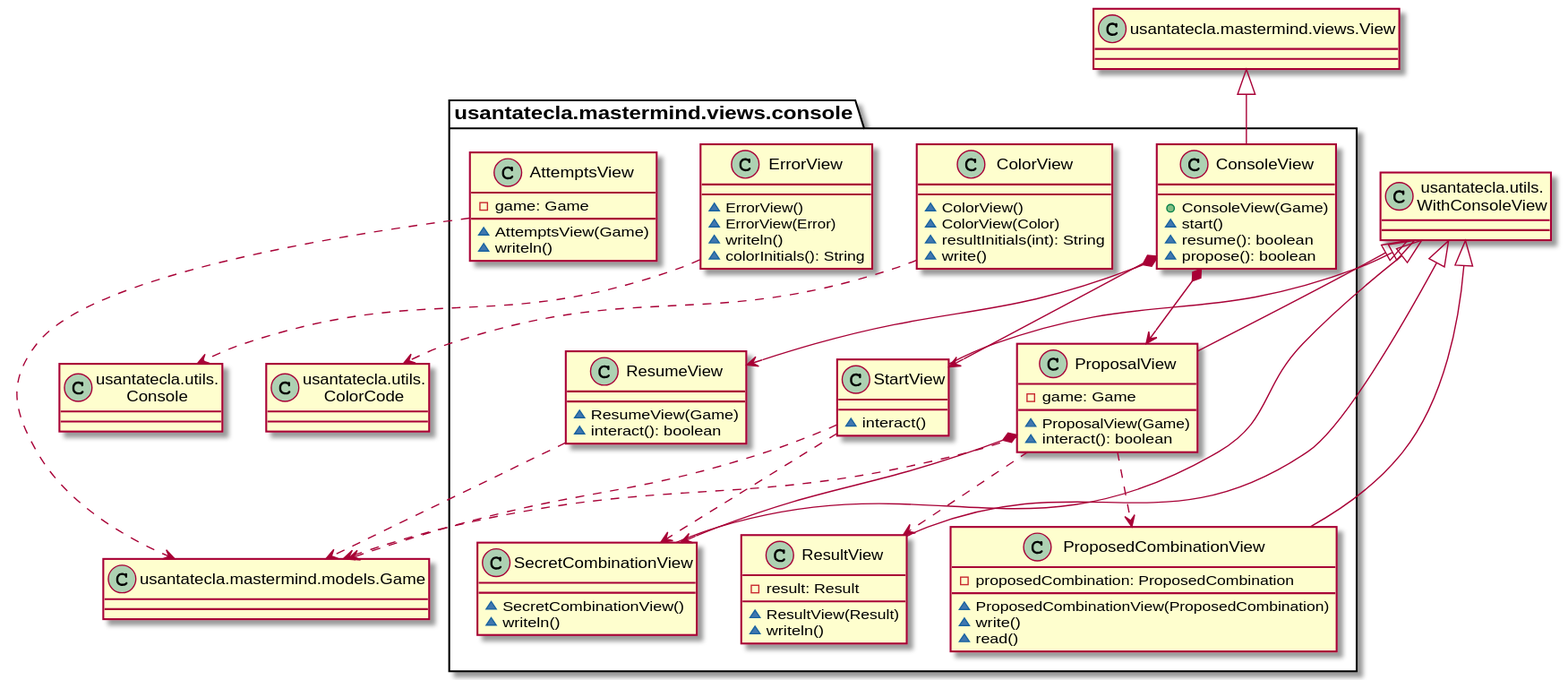
Earlier version of the PlantUML export documentView/withFactoryMethod/docs/diagrams/out/paquetes/mastermind.view.console.svg (SantaTecla-mastermind/solution.java.swing.socket.sql).
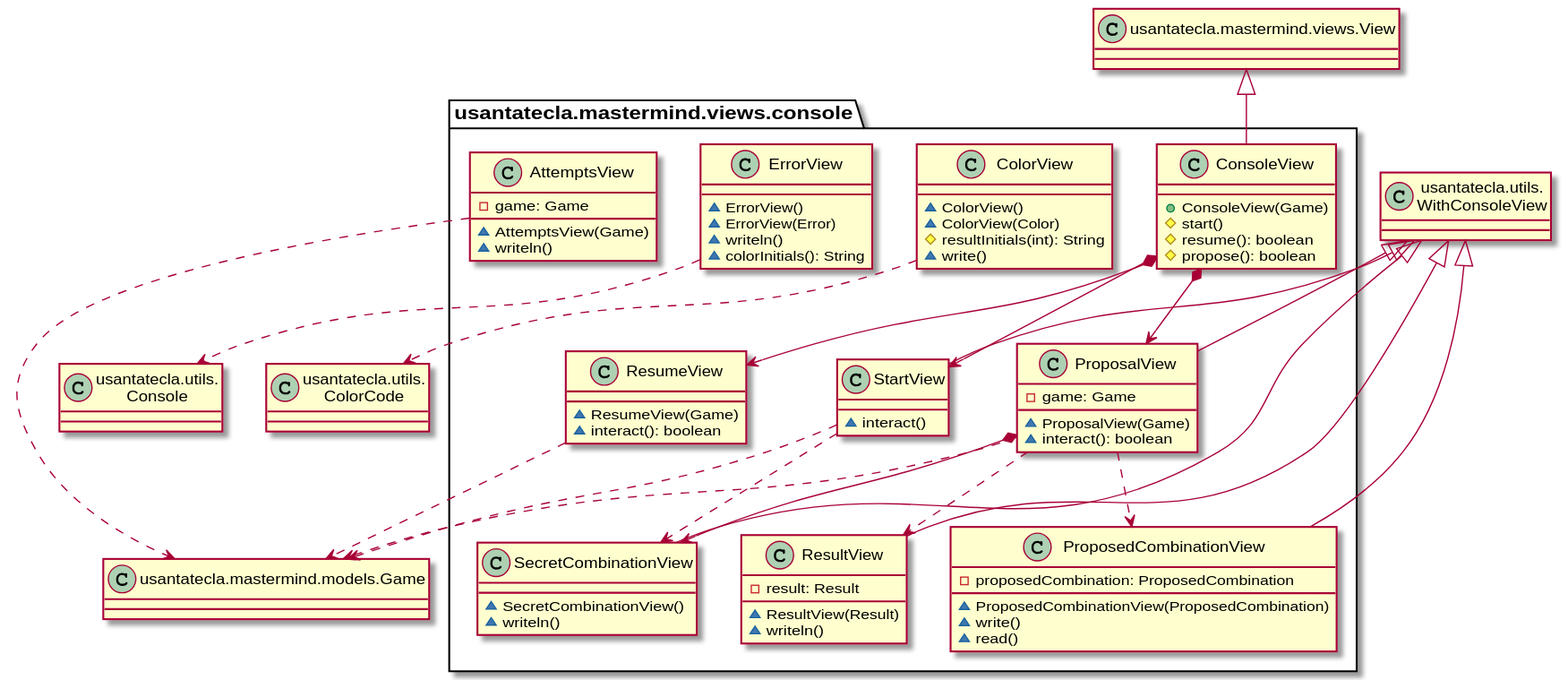
Later version of the same file.

Diff of the diagram source:
```diff
@@ -4,9 +4,9 @@
 }
 class  usantatecla.mastermind.views.console.ConsoleView{
 + ConsoleView(Game)
-~ start()
-~ resume(): boolean
-~ propose(): boolean
+# start()
+# resume(): boolean
+# propose(): boolean
 }
 
 class View as "usantatecla.mastermind.views.View"{
@@ -80,7 +80,7 @@
 class  usantatecla.mastermind.views.console.ColorView{
     ~ ColorView()
     ~ ColorView(Color)
-    ~ resultInitials(int): String
+    # resultInitials(int): String
     ~ write()
 }
 class Color as "usantatecla.utils.\nColorCode"{
```
